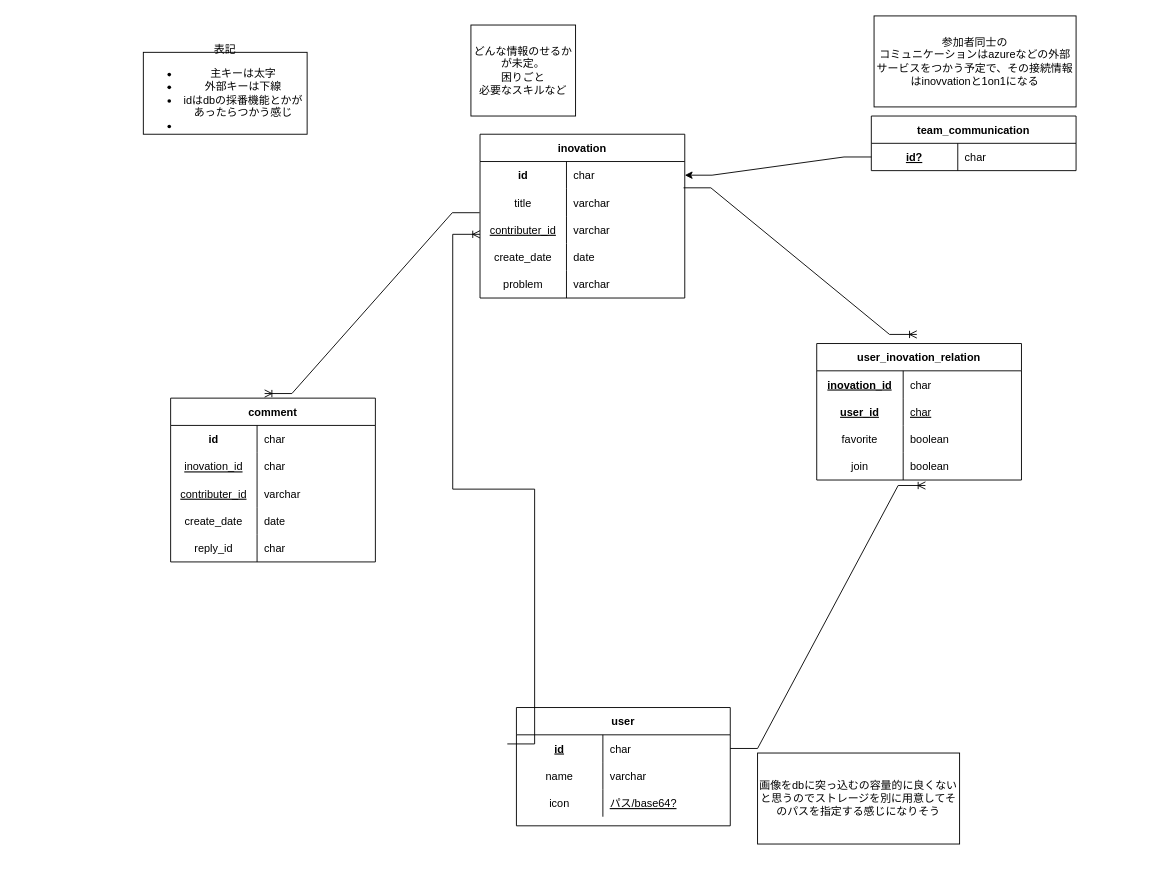
gitara9ru/er_workshop keeps this draw.io diagram as inogacha.drawio. Above is the earlier version. Source tidied: cells renumbered, new cells numbered last; positions are measured from the earlier drawing's top-left corner, leaving out a move shared by most shapes. Both pictures are drawn from the tidied source at 91%, with x=0, y=0 at pixel (143, 15).
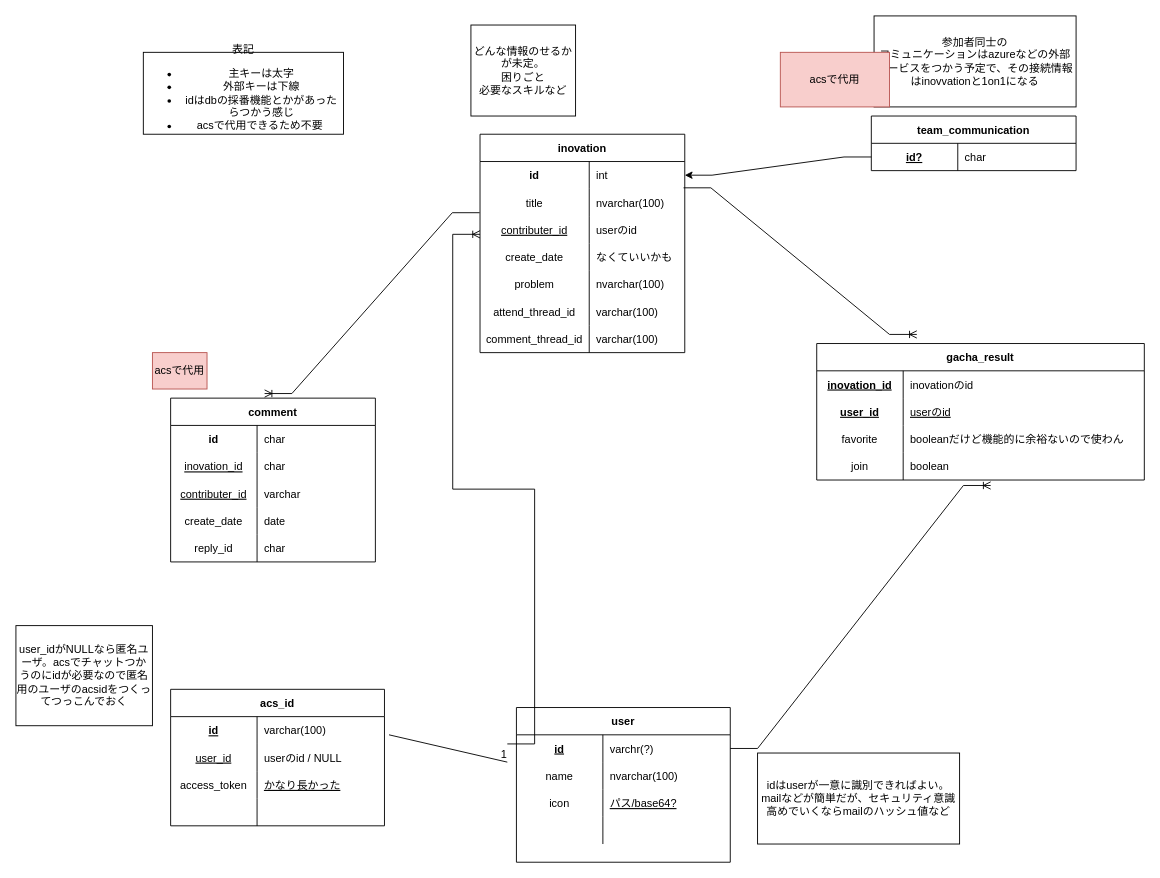
Above is the later version.

Commit message:
acsを踏まえて更新

The change refers to these unchanged cells:
```xml
<mxCell id="3" style="shape=partialRectangle;fillColor=none;top=0;left=0;bottom=0;right=0;points=[[0,0.5],[1,0.5]];portConstraint=eastwest;fontStyle=0;" parent="2" vertex="1">
  <mxGeometry y="30" width="235" height="30" as="geometry" />
</mxCell>
<mxCell id="6" style="shape=partialRectangle;fillColor=none;top=0;left=0;bottom=0;right=0;fontStyle=0;" parent="2" vertex="1">
  <mxGeometry y="60" width="235" height="30" as="geometry" />
</mxCell>
<mxCell id="30" style="shape=partialRectangle;fillColor=none;top=0;left=0;bottom=0;right=0;points=[[0,0.5],[1,0.5]];portConstraint=eastwest;fontStyle=0;" parent="29" vertex="1">
  <mxGeometry y="30" width="225" height="30" as="geometry" />
</mxCell>
<mxCell id="33" style="shape=partialRectangle;fillColor=none;top=0;left=0;bottom=0;right=0;points=[[0,0.5],[1,0.5]];portConstraint=eastwest;fontStyle=0;" parent="29" vertex="1">
  <mxGeometry y="60" width="225" height="30" as="geometry" />
</mxCell>
<mxCell id="36" style="shape=partialRectangle;fillColor=none;top=0;left=0;bottom=0;right=0;points=[[0,0.5],[1,0.5]];portConstraint=eastwest;fontStyle=0;" parent="29" vertex="1">
  <mxGeometry y="90" width="225" height="30" as="geometry" />
</mxCell>
<mxCell id="39" style="shape=partialRectangle;fillColor=none;top=0;left=0;bottom=0;right=0;fontStyle=0;" parent="29" vertex="1">
  <mxGeometry y="120" width="225" height="30" as="geometry" />
</mxCell>
<mxCell id="42" style="shape=partialRectangle;fillColor=none;top=0;left=0;bottom=0;right=0;fontStyle=0;" parent="29" vertex="1">
  <mxGeometry y="150" width="225" height="30" as="geometry" />
</mxCell>
```

Diff of the diagram source:
```diff
@@
     <mxCell id="2" value="user" style="shape=table;startSize=30;childLayout=tableLayout;rowLines=0;fontStyle=1;align=center;" parent="1" vertex="1">
-      <mxGeometry x="410" y="760" width="235" height="130" as="geometry" />
+      <mxGeometry x="410" y="760" width="235" height="170" as="geometry" />
     </mxCell>
@@
-    <mxCell id="5" value="char" style="shape=partialRectangle;fillColor=none;top=0;left=0;bottom=0;right=0;align=left;spacingLeft=6;fontStyle=0;overflow=hidden;" parent="3" vertex="1">
+    <mxCell id="5" value="varchr(?) " style="shape=partialRectangle;fillColor=none;top=0;left=0;bottom=0;right=0;align=left;spacingLeft=6;fontStyle=0;overflow=hidden;" parent="3" vertex="1">
       <mxGeometry x="95" width="140" height="30" as="geometry" />
     </mxCell>
@@
-    <mxCell id="8" value="varchar" style="shape=partialRectangle;fillColor=none;top=0;left=0;bottom=0;right=0;align=left;spacingLeft=6;fontStyle=0;overflow=hidden;" parent="6" vertex="1">
+    <mxCell id="8" value="nvarchar(100)" style="shape=partialRectangle;fillColor=none;top=0;left=0;bottom=0;right=0;align=left;spacingLeft=6;fontStyle=0;overflow=hidden;" parent="6" vertex="1">
       <mxGeometry x="95" width="140" height="30" as="geometry" />
     </mxCell>
@@
+    <mxCell id="70" style="shape=partialRectangle;fillColor=none;top=0;left=0;bottom=0;right=0;fontStyle=0;" parent="2" vertex="1">
+      <mxGeometry y="120" width="235" height="30" as="geometry" />
+    </mxCell>
+    <mxCell id="71" style="shape=partialRectangle;fillColor=none;top=0;left=0;bottom=0;right=0;fontStyle=0;overflow=hidden;" parent="70" vertex="1">
+      <mxGeometry width="95" height="30" as="geometry" />
+    </mxCell>
+    <mxCell id="72" style="shape=partialRectangle;fillColor=none;top=0;left=0;bottom=0;right=0;align=left;spacingLeft=6;fontStyle=4;overflow=hidden;" parent="70" vertex="1">
+      <mxGeometry x="95" width="140" height="30" as="geometry" />
+    </mxCell>
@@
     <mxCell id="29" value="inovation" style="shape=table;startSize=30;childLayout=tableLayout;rowLines=0;fontStyle=1;align=center;" parent="1" vertex="1">
-      <mxGeometry x="370" y="130" width="225" height="180" as="geometry" />
+      <mxGeometry x="370" y="130" width="225" height="240" as="geometry" />
     </mxCell>
@@
     <mxCell id="31" value="id" style="shape=partialRectangle;fillColor=none;top=0;left=0;bottom=0;right=0;fontStyle=1;overflow=hidden;" parent="30" vertex="1">
-      <mxGeometry width="95" height="30" as="geometry" />
+      <mxGeometry width="120" height="30" as="geometry" />
     </mxCell>
-    <mxCell id="32" value="char" style="shape=partialRectangle;fillColor=none;top=0;left=0;bottom=0;right=0;align=left;spacingLeft=6;fontStyle=0;overflow=hidden;" parent="30" vertex="1">
-      <mxGeometry x="95" width="130" height="30" as="geometry" />
+    <mxCell id="32" value="int" style="shape=partialRectangle;fillColor=none;top=0;left=0;bottom=0;right=0;align=left;spacingLeft=6;fontStyle=0;overflow=hidden;" parent="30" vertex="1">
+      <mxGeometry x="120" width="105" height="30" as="geometry" />
     </mxCell>
@@
     <mxCell id="34" value="title" style="shape=partialRectangle;fillColor=none;top=0;left=0;bottom=0;right=0;fontStyle=0;overflow=hidden;" parent="33" vertex="1">
-      <mxGeometry width="95" height="30" as="geometry" />
+      <mxGeometry width="120" height="30" as="geometry" />
     </mxCell>
-    <mxCell id="35" value="varchar" style="shape=partialRectangle;fillColor=none;top=0;left=0;bottom=0;right=0;align=left;spacingLeft=6;fontStyle=0;overflow=hidden;" parent="33" vertex="1">
-      <mxGeometry x="95" width="130" height="30" as="geometry" />
+    <mxCell id="35" value="nvarchar(100)" style="shape=partialRectangle;fillColor=none;top=0;left=0;bottom=0;right=0;align=left;spacingLeft=6;fontStyle=0;overflow=hidden;" parent="33" vertex="1">
+      <mxGeometry x="120" width="105" height="30" as="geometry" />
     </mxCell>
@@
     <mxCell id="37" value="contributer_id" style="shape=partialRectangle;fillColor=none;top=0;left=0;bottom=0;right=0;fontStyle=4;overflow=hidden;" parent="36" vertex="1">
-      <mxGeometry width="95" height="30" as="geometry" />
+      <mxGeometry width="120" height="30" as="geometry" />
     </mxCell>
-    <mxCell id="38" value="varchar" style="shape=partialRectangle;fillColor=none;top=0;left=0;bottom=0;right=0;align=left;spacingLeft=6;fontStyle=0;overflow=hidden;" parent="36" vertex="1">
-      <mxGeometry x="95" width="130" height="30" as="geometry" />
+    <mxCell id="38" value="userのid" style="shape=partialRectangle;fillColor=none;top=0;left=0;bottom=0;right=0;align=left;spacingLeft=6;fontStyle=0;overflow=hidden;" parent="36" vertex="1">
+      <mxGeometry x="120" width="105" height="30" as="geometry" />
     </mxCell>
@@
     <mxCell id="40" value="create_date" style="shape=partialRectangle;fillColor=none;top=0;left=0;bottom=0;right=0;fontStyle=0;overflow=hidden;" parent="39" vertex="1">
-      <mxGeometry width="95" height="30" as="geometry" />
+      <mxGeometry width="120" height="30" as="geometry" />
     </mxCell>
-    <mxCell id="41" value="date" style="shape=partialRectangle;fillColor=none;top=0;left=0;bottom=0;right=0;align=left;spacingLeft=6;fontStyle=0;overflow=hidden;" parent="39" vertex="1">
-      <mxGeometry x="95" width="130" height="30" as="geometry" />
+    <mxCell id="41" value="なくていいかも" style="shape=partialRectangle;fillColor=none;top=0;left=0;bottom=0;right=0;align=left;spacingLeft=6;fontStyle=0;overflow=hidden;" parent="39" vertex="1">
+      <mxGeometry x="120" width="105" height="30" as="geometry" />
     </mxCell>
@@
     <mxCell id="43" value="problem" style="shape=partialRectangle;fillColor=none;top=0;left=0;bottom=0;right=0;overflow=hidden;fontStyle=0;" parent="42" vertex="1">
-      <mxGeometry width="95" height="30" as="geometry" />
+      <mxGeometry width="120" height="30" as="geometry" />
     </mxCell>
-    <mxCell id="44" value="varchar" style="shape=partialRectangle;fillColor=none;top=0;left=0;bottom=0;right=0;align=left;spacingLeft=6;overflow=hidden;fontStyle=0;" parent="42" vertex="1">
-      <mxGeometry x="95" width="130" height="30" as="geometry" />
+    <mxCell id="44" value="nvarchar(100)" style="shape=partialRectangle;fillColor=none;top=0;left=0;bottom=0;right=0;align=left;spacingLeft=6;overflow=hidden;fontStyle=0;" parent="42" vertex="1">
+      <mxGeometry x="120" width="105" height="30" as="geometry" />
     </mxCell>
+    <mxCell id="73" style="shape=partialRectangle;fillColor=none;top=0;left=0;bottom=0;right=0;fontStyle=0;" parent="29" vertex="1">
+      <mxGeometry y="180" width="225" height="30" as="geometry" />
+    </mxCell>
+    <mxCell id="74" value="attend_thread_id" style="shape=partialRectangle;fillColor=none;top=0;left=0;bottom=0;right=0;overflow=hidden;fontStyle=0;" parent="73" vertex="1">
+      <mxGeometry width="120" height="30" as="geometry" />
+    </mxCell>
+    <mxCell id="75" value="varchar(100)" style="shape=partialRectangle;fillColor=none;top=0;left=0;bottom=0;right=0;align=left;spacingLeft=6;overflow=hidden;fontStyle=0;" parent="73" vertex="1">
+      <mxGeometry x="120" width="105" height="30" as="geometry" />
+    </mxCell>
+    <mxCell id="76" style="shape=partialRectangle;fillColor=none;top=0;left=0;bottom=0;right=0;fontStyle=0;" parent="29" vertex="1">
+      <mxGeometry y="210" width="225" height="30" as="geometry" />
+    </mxCell>
+    <mxCell id="77" value="comment_thread_id" style="shape=partialRectangle;fillColor=none;top=0;left=0;bottom=0;right=0;overflow=hidden;fontStyle=0;" parent="76" vertex="1">
+      <mxGeometry width="120" height="30" as="geometry" />
+    </mxCell>
+    <mxCell id="78" value="varchar(100)" style="shape=partialRectangle;fillColor=none;top=0;left=0;bottom=0;right=0;align=left;spacingLeft=6;overflow=hidden;fontStyle=0;" parent="76" vertex="1">
+      <mxGeometry x="120" width="105" height="30" as="geometry" />
+    </mxCell>
@@
-    <mxCell id="47" value="user_inovation_relation" style="shape=table;startSize=30;childLayout=tableLayout;rowLines=0;fontStyle=1;align=center;" parent="1" vertex="1">
-      <mxGeometry x="740" y="360" width="225" height="150" as="geometry" />
+    <mxCell id="47" value="gacha_result" style="shape=table;startSize=30;childLayout=tableLayout;rowLines=0;fontStyle=1;align=center;" parent="1" vertex="1">
+      <mxGeometry x="740" y="360" width="360" height="150" as="geometry" />
     </mxCell>
     <mxCell id="48" style="shape=partialRectangle;fillColor=none;top=0;left=0;bottom=0;right=0;fontStyle=0;" parent="47" vertex="1">
-      <mxGeometry y="30" width="225" height="30" as="geometry" />
+      <mxGeometry y="30" width="360" height="30" as="geometry" />
     </mxCell>
@@
-    <mxCell id="50" value="char" style="shape=partialRectangle;fillColor=none;top=0;left=0;bottom=0;right=0;align=left;spacingLeft=6;fontStyle=0;overflow=hidden;" parent="48" vertex="1">
-      <mxGeometry x="95" width="130" height="30" as="geometry" />
+    <mxCell id="50" value="inovationのid" style="shape=partialRectangle;fillColor=none;top=0;left=0;bottom=0;right=0;align=left;spacingLeft=6;fontStyle=0;overflow=hidden;" parent="48" vertex="1">
+      <mxGeometry x="95" width="265" height="30" as="geometry" />
     </mxCell>
     <mxCell id="51" style="shape=partialRectangle;fillColor=none;top=0;left=0;bottom=0;right=0;fontStyle=0;" parent="47" vertex="1">
-      <mxGeometry y="60" width="225" height="30" as="geometry" />
+      <mxGeometry y="60" width="360" height="30" as="geometry" />
     </mxCell>
@@
-    <mxCell id="53" value="char" style="shape=partialRectangle;fillColor=none;top=0;left=0;bottom=0;right=0;align=left;spacingLeft=6;fontStyle=4;overflow=hidden;" parent="51" vertex="1">
-      <mxGeometry x="95" width="130" height="30" as="geometry" />
+    <mxCell id="53" value="userのid" style="shape=partialRectangle;fillColor=none;top=0;left=0;bottom=0;right=0;align=left;spacingLeft=6;fontStyle=4;overflow=hidden;" parent="51" vertex="1">
+      <mxGeometry x="95" width="265" height="30" as="geometry" />
     </mxCell>
     <mxCell id="54" style="shape=partialRectangle;fillColor=none;top=0;left=0;bottom=0;right=0;fontStyle=0;" parent="47" vertex="1">
-      <mxGeometry y="90" width="225" height="30" as="geometry" />
+      <mxGeometry y="90" width="360" height="30" as="geometry" />
     </mxCell>
@@
-    <mxCell id="56" value="boolean" style="shape=partialRectangle;fillColor=none;top=0;left=0;bottom=0;right=0;align=left;spacingLeft=6;fontStyle=0;overflow=hidden;" parent="54" vertex="1">
-      <mxGeometry x="95" width="130" height="30" as="geometry" />
+    <mxCell id="56" value="booleanだけど機能的に余裕ないので使わん" style="shape=partialRectangle;fillColor=none;top=0;left=0;bottom=0;right=0;align=left;spacingLeft=6;fontStyle=0;overflow=hidden;" parent="54" vertex="1">
+      <mxGeometry x="95" width="265" height="30" as="geometry" />
     </mxCell>
     <mxCell id="57" style="shape=partialRectangle;fillColor=none;top=0;left=0;bottom=0;right=0;points=[[0,0.5],[1,0.5]];portConstraint=eastwest;fontStyle=0;" parent="47" vertex="1">
-      <mxGeometry y="120" width="225" height="30" as="geometry" />
+      <mxGeometry y="120" width="360" height="30" as="geometry" />
     </mxCell>
@@
     <mxCell id="59" value="boolean" style="shape=partialRectangle;fillColor=none;top=0;left=0;bottom=0;right=0;align=left;spacingLeft=6;fontStyle=0;overflow=hidden;" parent="57" vertex="1">
-      <mxGeometry x="95" width="130" height="30" as="geometry" />
+      <mxGeometry x="95" width="265" height="30" as="geometry" />
     </mxCell>
@@
-    <mxCell id="68" value="画像をdbに突っ込むの容量的に良くないと思うのでストレージを別に用意してそのパスを指定する感じになりそう" style="whiteSpace=wrap;html=1;" parent="1" vertex="1">
+    <mxCell id="68" value="idはuserが一意に識別できればよい。&lt;br&gt;mailなどが簡単だが、セキュリティ意識高めでいくならmailのハッシュ値など" style="whiteSpace=wrap;html=1;" parent="1" vertex="1">
       <mxGeometry x="675" y="810" width="222" height="100" as="geometry" />
     </mxCell>
-    <mxCell id="69" value="表記&lt;br&gt;&lt;ul&gt;&lt;li&gt;&lt;span&gt;主キーは太字&lt;/span&gt;&lt;/li&gt;&lt;li&gt;&lt;span&gt;外部キーは下線&lt;/span&gt;&lt;/li&gt;&lt;li&gt;&lt;span&gt;idはdbの採番機能とかがあったらつかう感じ&lt;/span&gt;&lt;/li&gt;&lt;li&gt;&lt;span&gt;&amp;nbsp;&lt;/span&gt;&lt;/li&gt;&lt;/ul&gt;" style="whiteSpace=wrap;html=1;" parent="1" vertex="1">
-      <mxGeometry y="40" width="180" height="90" as="geometry" />
+    <mxCell id="69" value="表記&lt;br&gt;&lt;ul&gt;&lt;li&gt;&lt;span&gt;主キーは太字&lt;/span&gt;&lt;/li&gt;&lt;li&gt;&lt;span&gt;外部キーは下線&lt;/span&gt;&lt;/li&gt;&lt;li&gt;&lt;span&gt;idはdbの採番機能とかがあったらつかう感じ&lt;/span&gt;&lt;/li&gt;&lt;li&gt;&lt;span&gt;acsで代用できるため不要&amp;nbsp;&lt;/span&gt;&lt;/li&gt;&lt;/ul&gt;" style="whiteSpace=wrap;html=1;" parent="1" vertex="1">
+      <mxGeometry y="40" width="220" height="90" as="geometry" />
     </mxCell>
+    <mxCell id="79" value="acsで代用" style="rounded=0;whiteSpace=wrap;html=1;fillColor=#f8cecc;strokeColor=#b85450;" parent="1" vertex="1">
+      <mxGeometry x="10" y="370" width="60" height="40" as="geometry" />
+    </mxCell>
+    <mxCell id="80" value="acsで代用" style="rounded=0;whiteSpace=wrap;html=1;fillColor=#f8cecc;strokeColor=#b85450;" parent="1" vertex="1">
+      <mxGeometry x="700" y="40" width="120" height="60" as="geometry" />
+    </mxCell>
+    <mxCell id="81" value="acs_id" style="shape=table;startSize=30;childLayout=tableLayout;rowLines=0;fontStyle=1;align=center;" parent="1" vertex="1">
+      <mxGeometry x="30" y="740" width="235" height="150" as="geometry" />
+    </mxCell>
+    <mxCell id="82" style="shape=partialRectangle;fillColor=none;top=0;left=0;bottom=0;right=0;fontStyle=0;" parent="81" vertex="1">
+      <mxGeometry y="30" width="235" height="30" as="geometry" />
+    </mxCell>
+    <mxCell id="83" value="id" style="shape=partialRectangle;fillColor=none;top=0;left=0;bottom=0;right=0;fontStyle=5;overflow=hidden;" parent="82" vertex="1">
+      <mxGeometry width="95" height="30" as="geometry" />
+    </mxCell>
+    <mxCell id="84" value="varchar(100)" style="shape=partialRectangle;fillColor=none;top=0;left=0;bottom=0;right=0;align=left;spacingLeft=6;fontStyle=0;overflow=hidden;" parent="82" vertex="1">
+      <mxGeometry x="95" width="140" height="30" as="geometry" />
+    </mxCell>
+    <mxCell id="85" style="shape=partialRectangle;fillColor=none;top=0;left=0;bottom=0;right=0;fontStyle=0;" parent="81" vertex="1">
+      <mxGeometry y="60" width="235" height="30" as="geometry" />
+    </mxCell>
+    <mxCell id="86" value="user_id" style="shape=partialRectangle;fillColor=none;top=0;left=0;bottom=0;right=0;fontStyle=4;overflow=hidden;" parent="85" vertex="1">
+      <mxGeometry width="95" height="30" as="geometry" />
+    </mxCell>
+    <mxCell id="87" value="userのid / NULL" style="shape=partialRectangle;fillColor=none;top=0;left=0;bottom=0;right=0;align=left;spacingLeft=6;fontStyle=0;overflow=hidden;" parent="85" vertex="1">
+      <mxGeometry x="95" width="140" height="30" as="geometry" />
+    </mxCell>
+    <mxCell id="88" style="shape=partialRectangle;fillColor=none;top=0;left=0;bottom=0;right=0;fontStyle=0;" parent="81" vertex="1">
+      <mxGeometry y="90" width="235" height="30" as="geometry" />
+    </mxCell>
+    <mxCell id="89" value="access_token" style="shape=partialRectangle;fillColor=none;top=0;left=0;bottom=0;right=0;fontStyle=0;overflow=hidden;" parent="88" vertex="1">
+      <mxGeometry width="95" height="30" as="geometry" />
+    </mxCell>
+    <mxCell id="90" value="かなり長かった" style="shape=partialRectangle;fillColor=none;top=0;left=0;bottom=0;right=0;align=left;spacingLeft=6;fontStyle=4;overflow=hidden;" parent="88" vertex="1">
+      <mxGeometry x="95" width="140" height="30" as="geometry" />
+    </mxCell>
+    <mxCell id="91" style="shape=partialRectangle;fillColor=none;top=0;left=0;bottom=0;right=0;fontStyle=0;" parent="81" vertex="1">
+      <mxGeometry y="120" width="235" height="30" as="geometry" />
+    </mxCell>
+    <mxCell id="92" style="shape=partialRectangle;fillColor=none;top=0;left=0;bottom=0;right=0;fontStyle=0;overflow=hidden;" parent="91" vertex="1">
+      <mxGeometry width="95" height="30" as="geometry" />
+    </mxCell>
+    <mxCell id="93" style="shape=partialRectangle;fillColor=none;top=0;left=0;bottom=0;right=0;align=left;spacingLeft=6;fontStyle=4;overflow=hidden;" parent="91" vertex="1">
+      <mxGeometry x="95" width="140" height="30" as="geometry" />
+    </mxCell>
+    <mxCell id="94" value="user_idがNULLなら匿名ユーザ。acsでチャットつかうのにidが必要なので匿名用のユーザのacsidをつくってつっこんでおく" style="whiteSpace=wrap;html=1;" parent="1" vertex="1">
+      <mxGeometry x="-140" y="670" width="150" height="110" as="geometry" />
+    </mxCell>
+    <mxCell id="95" style="endArrow=none;html=1;rounded=0;" parent="1" edge="1">
+      <mxGeometry relative="1" as="geometry">
+        <mxPoint x="270" y="790" as="sourcePoint" />
+        <mxPoint x="400" y="820" as="targetPoint" />
+      </mxGeometry>
+    </mxCell>
+    <mxCell id="96" value="1" style="html=1;align=right;verticalAlign=bottom;" parent="95" vertex="1">
+      <mxGeometry x="1" relative="1" as="geometry" />
+    </mxCell>
```
